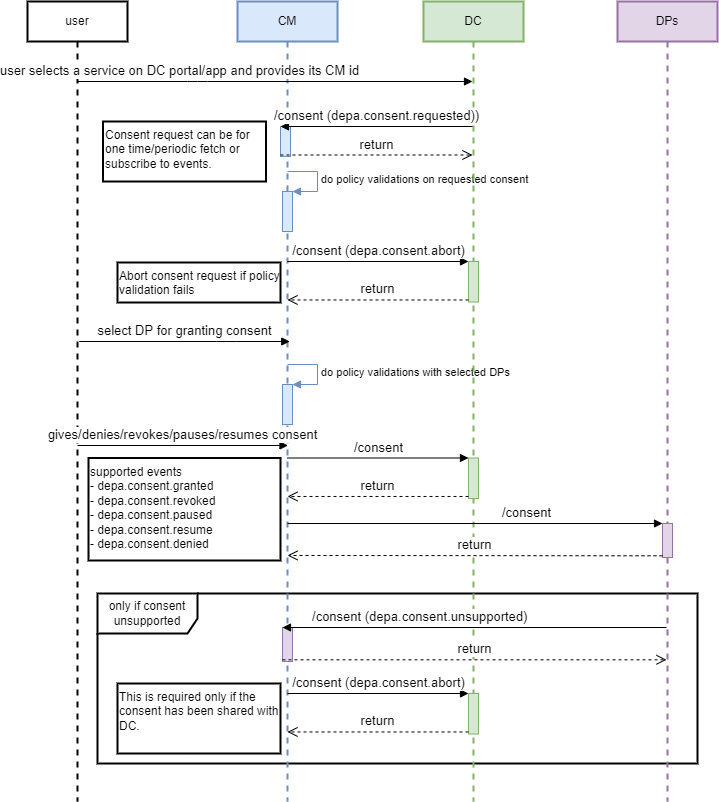
Earlier version of the draw.io export seqDiagram/consentFlow.png (iSPIRT/DEPA). Source tidied: cells renumbered, new cells last; positions are measured from the earlier drawing's top-left corner, leaving out a move shared by most shapes.
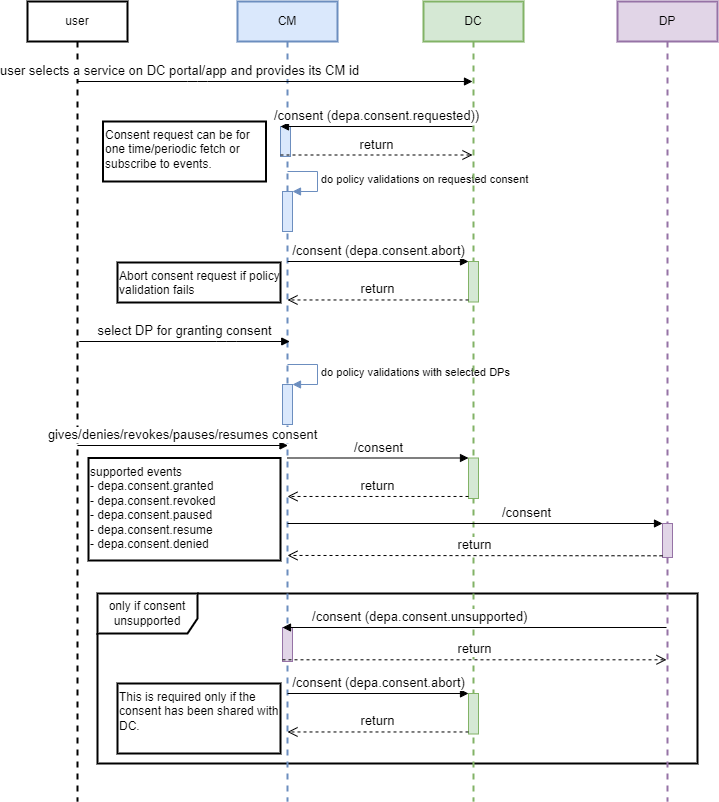
Later version of the same file.

Diff of the diagram source:
```diff
@@ -48,7 +48,7 @@
     <mxCell id="11" value="DC" style="shape=umlLifeline;perimeter=lifelinePerimeter;whiteSpace=wrap;html=1;fillColor=#d5e8d4;strokeColor=#82b366;strokeWidth=2;" parent="1" vertex="1">
       <mxGeometry x="396" width="100" height="800" as="geometry" />
     </mxCell>
-    <mxCell id="12" value="DPs" style="shape=umlLifeline;perimeter=lifelinePerimeter;whiteSpace=wrap;html=1;fillColor=#e1d5e7;strokeColor=#9673a6;strokeWidth=2;" parent="1" vertex="1">
+    <mxCell id="12" value="DP" style="shape=umlLifeline;perimeter=lifelinePerimeter;whiteSpace=wrap;html=1;fillColor=#e1d5e7;strokeColor=#9673a6;strokeWidth=2;" parent="1" vertex="1">
       <mxGeometry x="590" width="100" height="800" as="geometry" />
     </mxCell>
     <mxCell id="13" style="html=1;points=[];perimeter=orthogonalPerimeter;fillColor=#e1d5e7;strokeColor=#9673a6;fontSize=13;" parent="12" vertex="1">
```
